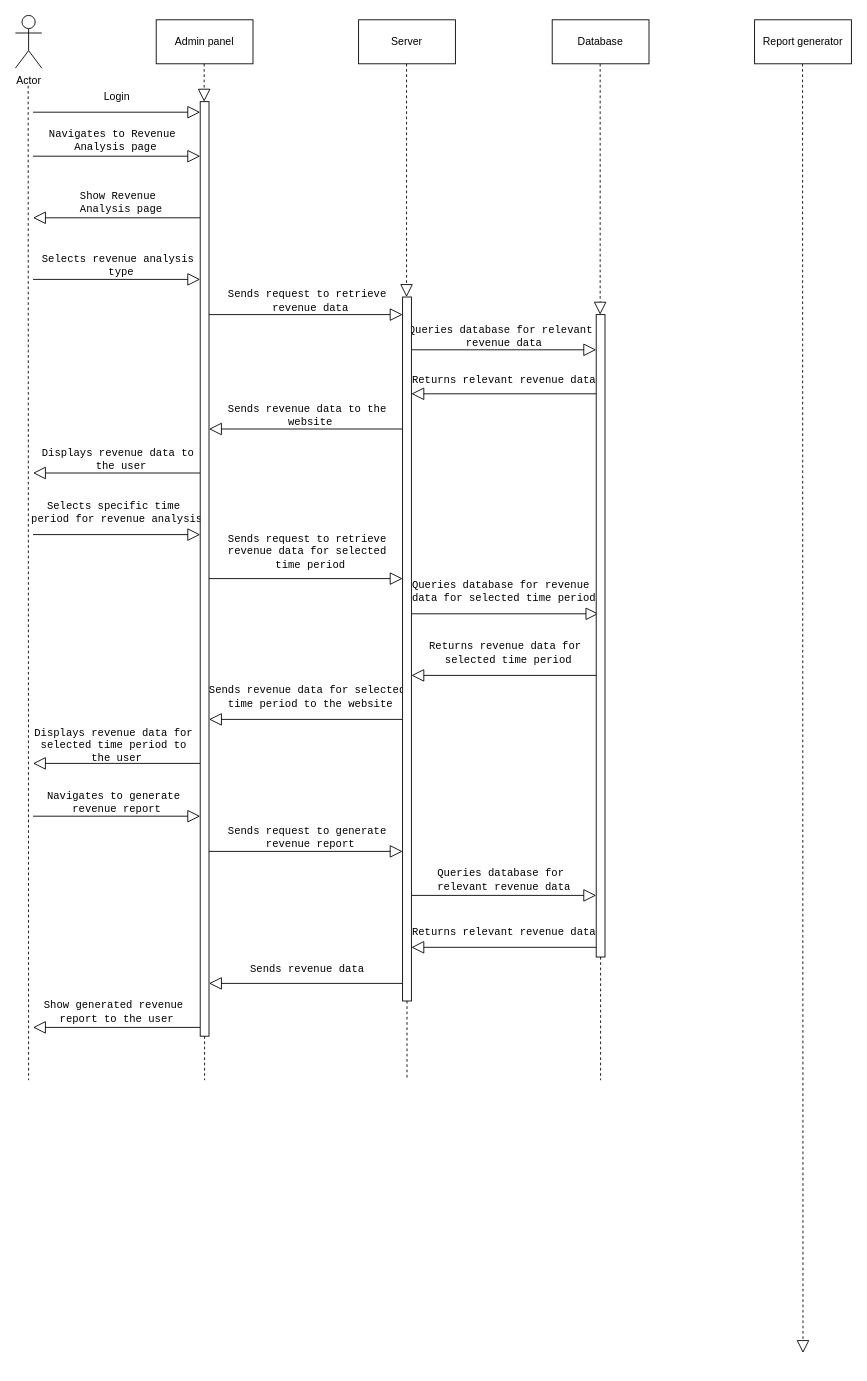
The draw.io diagram revenue.drawio in CodeSithum/sequencediagram, before the edit. Source tidied: cells renumbered, new cells numbered last; positions are measured from the earlier drawing's top-left corner, leaving out a move shared by most shapes. Both pictures are drawn from the tidied source at 88%, with x=0, y=0 at pixel (15, 15).
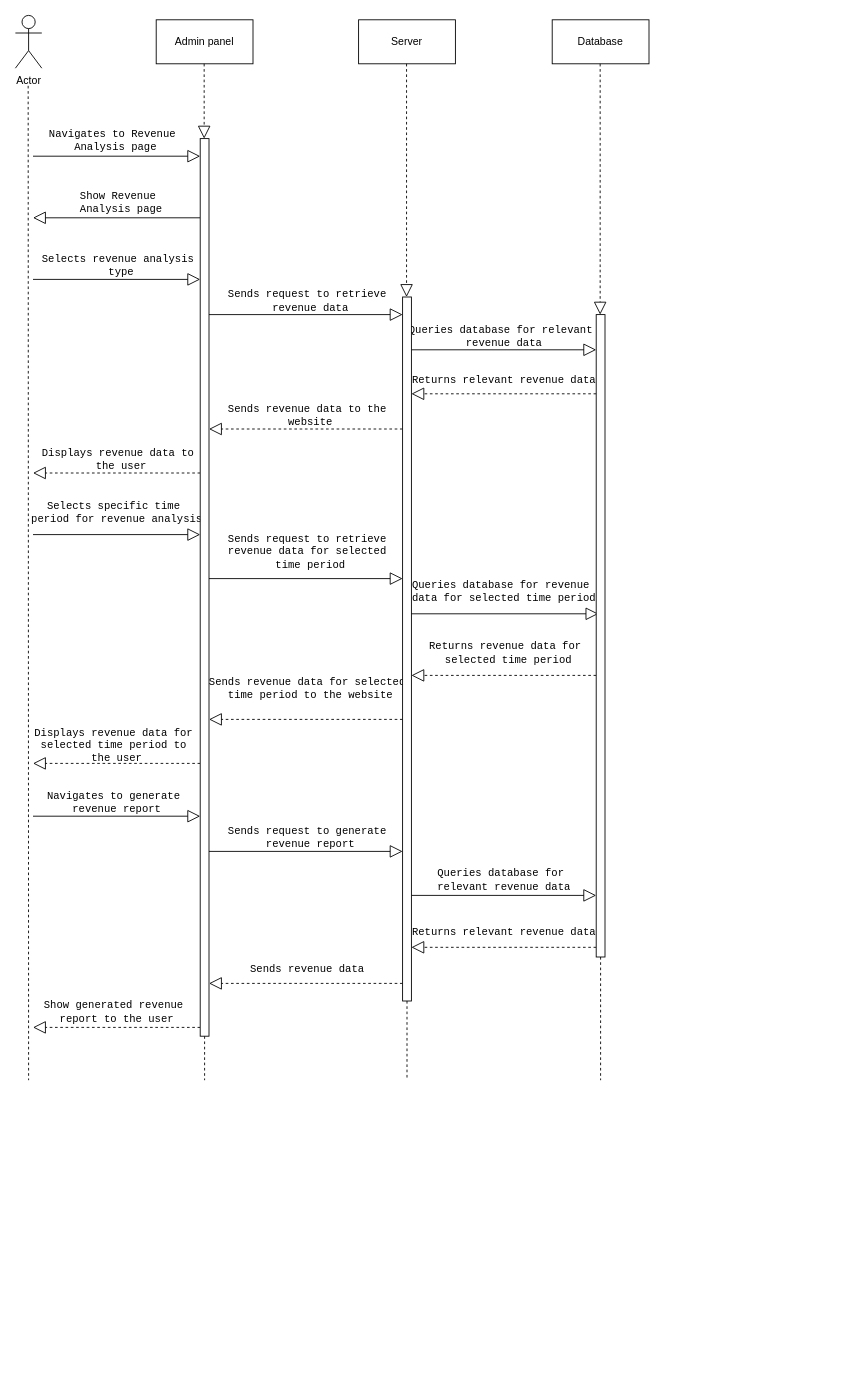
After the change.

Change to the diagram source:
```diff
@@
-    <mxCell id="10" style="endArrow=block;endFill=0;endSize=12;html=1;rounded=0;" parent="1" edge="1">
-      <mxGeometry relative="1" as="geometry">
-        <mxPoint x="20" y="110" as="sourcePoint" />
-        <mxPoint x="210" y="110" as="targetPoint" />
-      </mxGeometry>
-    </mxCell>
-    <mxCell id="11" value="Login" style="text;html=1;align=center;verticalAlign=middle;strokeColor=none;fillColor=none;" parent="1" vertex="1">
-      <mxGeometry x="90" y="78" width="50" height="30" as="geometry" />
-    </mxCell>
@@
-    <mxCell id="22" style="endArrow=block;endFill=0;endSize=12;html=1;rounded=0;" parent="1" edge="1">
+    <mxCell id="22" style="endArrow=block;endFill=0;endSize=12;html=1;rounded=0;dashed=1;" parent="1" edge="1">
       <mxGeometry relative="1" as="geometry">
         <mxPoint x="660" y="430" as="sourcePoint" />
         <mxPoint x="450" y="430" as="targetPoint" />
       </mxGeometry>
     </mxCell>
@@
-    <mxCell id="24" style="endArrow=block;endFill=0;endSize=12;html=1;rounded=0;" parent="1" edge="1">
+    <mxCell id="24" style="endArrow=block;endFill=0;endSize=12;html=1;rounded=0;dashed=1;" parent="1" edge="1">
       <mxGeometry relative="1" as="geometry">
         <mxPoint x="440" y="470" as="sourcePoint" />
         <mxPoint x="220" y="470" as="targetPoint" />
       </mxGeometry>
     </mxCell>
@@
-    <mxCell id="26" style="endArrow=block;endFill=0;endSize=12;html=1;rounded=0;" parent="1" edge="1">
+    <mxCell id="26" style="endArrow=block;endFill=0;endSize=12;html=1;rounded=0;dashed=1;" parent="1" edge="1">
       <mxGeometry relative="1" as="geometry">
         <mxPoint x="210" y="520" as="sourcePoint" />
         <mxPoint x="20" y="520" as="targetPoint" />
       </mxGeometry>
     </mxCell>
@@
     <mxCell id="32" value="&lt;pre&gt;&lt;code class=&quot;!whitespace-pre hljs language-rust&quot;&gt;Sends revenue data for &lt;span class=&quot;hljs-title class_&quot;&gt;selected&lt;/span&gt; &lt;br&gt;time period to the website&lt;/code&gt;&lt;/pre&gt;" style="text;html=1;align=center;verticalAlign=middle;strokeColor=none;fillColor=none;" parent="1" vertex="1">
-      <mxGeometry x="210" y="740" width="250" height="70" as="geometry" />
+      <mxGeometry x="210" y="730" width="250" height="70" as="geometry" />
     </mxCell>
@@
-    <mxCell id="39" value="Report generator" style="html=1;whiteSpace=wrap;" parent="1" vertex="1">
-      <mxGeometry x="840" y="5" width="110" height="50" as="geometry" />
-    </mxCell>
-    <mxCell id="40" style="endArrow=block;dashed=1;endFill=0;endSize=12;html=1;rounded=0;" parent="1" edge="1">
-      <mxGeometry relative="1" as="geometry">
-        <mxPoint x="894.5" y="55" as="sourcePoint" />
-        <mxPoint x="895" y="1520" as="targetPoint" />
-      </mxGeometry>
-    </mxCell>
@@
-    <mxCell id="45" style="endArrow=block;endFill=0;endSize=12;html=1;rounded=0;" parent="1" edge="1">
+    <mxCell id="45" style="endArrow=block;endFill=0;endSize=12;html=1;rounded=0;dashed=1;" parent="1" edge="1">
       <mxGeometry relative="1" as="geometry">
         <mxPoint x="660" y="750" as="sourcePoint" />
         <mxPoint x="450" y="750" as="targetPoint" />
       </mxGeometry>
     </mxCell>
-    <mxCell id="46" style="endArrow=block;endFill=0;endSize=12;html=1;rounded=0;" parent="1" edge="1">
+    <mxCell id="46" style="endArrow=block;endFill=0;endSize=12;html=1;rounded=0;dashed=1;" parent="1" edge="1">
       <mxGeometry relative="1" as="geometry">
         <mxPoint x="440" y="800" as="sourcePoint" />
         <mxPoint x="220" y="800" as="targetPoint" />
       </mxGeometry>
     </mxCell>
-    <mxCell id="47" style="endArrow=block;endFill=0;endSize=12;html=1;rounded=0;" parent="1" edge="1">
+    <mxCell id="47" style="endArrow=block;endFill=0;endSize=12;html=1;rounded=0;dashed=1;" parent="1" edge="1">
       <mxGeometry relative="1" as="geometry">
         <mxPoint x="210" y="850" as="sourcePoint" />
         <mxPoint x="20" y="850" as="targetPoint" />
       </mxGeometry>
     </mxCell>
@@
-    <mxCell id="51" style="endArrow=block;endFill=0;endSize=12;html=1;rounded=0;" parent="1" edge="1">
+    <mxCell id="51" style="endArrow=block;endFill=0;endSize=12;html=1;rounded=0;dashed=1;" parent="1" edge="1">
       <mxGeometry relative="1" as="geometry">
         <mxPoint x="660" y="1059" as="sourcePoint" />
         <mxPoint x="450" y="1059" as="targetPoint" />
       </mxGeometry>
     </mxCell>
-    <mxCell id="52" style="endArrow=block;endFill=0;endSize=12;html=1;rounded=0;" parent="1" edge="1">
+    <mxCell id="52" style="endArrow=block;endFill=0;endSize=12;html=1;rounded=0;dashed=1;" parent="1" edge="1">
       <mxGeometry relative="1" as="geometry">
         <mxPoint x="440" y="1100" as="sourcePoint" />
         <mxPoint x="220" y="1100" as="targetPoint" />
       </mxGeometry>
     </mxCell>
-    <mxCell id="53" style="endArrow=block;endFill=0;endSize=12;html=1;rounded=0;" parent="1" edge="1">
+    <mxCell id="53" style="endArrow=block;endFill=0;endSize=12;html=1;rounded=0;dashed=1;" parent="1" edge="1">
       <mxGeometry relative="1" as="geometry">
         <mxPoint x="210" y="1150" as="sourcePoint" />
         <mxPoint x="20" y="1150" as="targetPoint" />
       </mxGeometry>
     </mxCell>
@@
     <mxCell id="55" style="html=1;points=[];perimeter=orthogonalPerimeter;outlineConnect=0;targetShapes=umlLifeline;portConstraint=eastwest;newEdgeStyle={&quot;edgeStyle&quot;:&quot;elbowEdgeStyle&quot;,&quot;elbow&quot;:&quot;vertical&quot;,&quot;curved&quot;:0,&quot;rounded&quot;:0};" parent="1" vertex="1">
-      <mxGeometry x="210" y="98" width="10" height="1062" as="geometry" />
+      <mxGeometry x="210" y="140" width="10" height="1020" as="geometry" />
     </mxCell>
```
